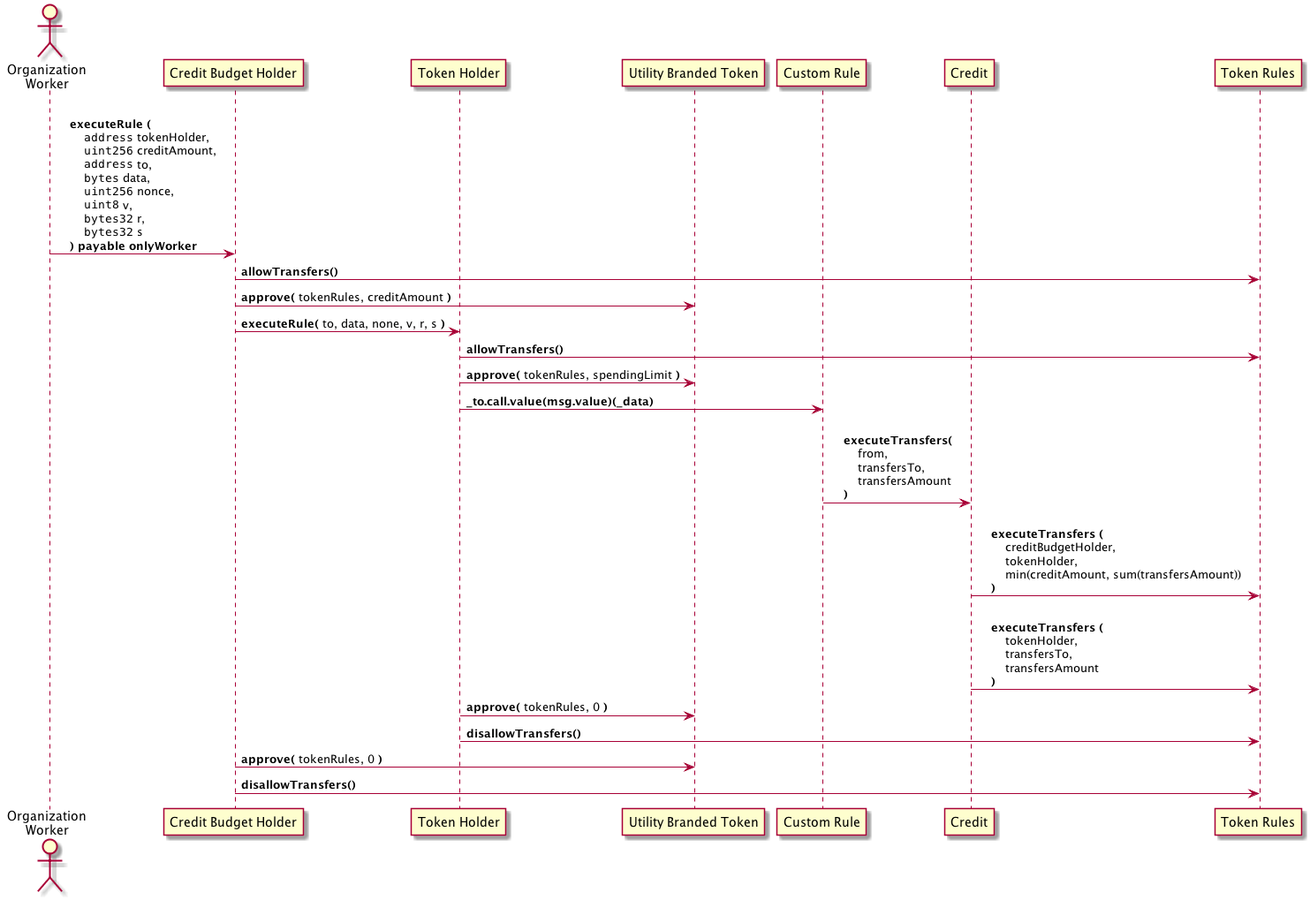
The PlantUML diagram OIPS/oip-draft-credit/credit-sequence-diagram.png in OpenST/OIPs, before a commit.
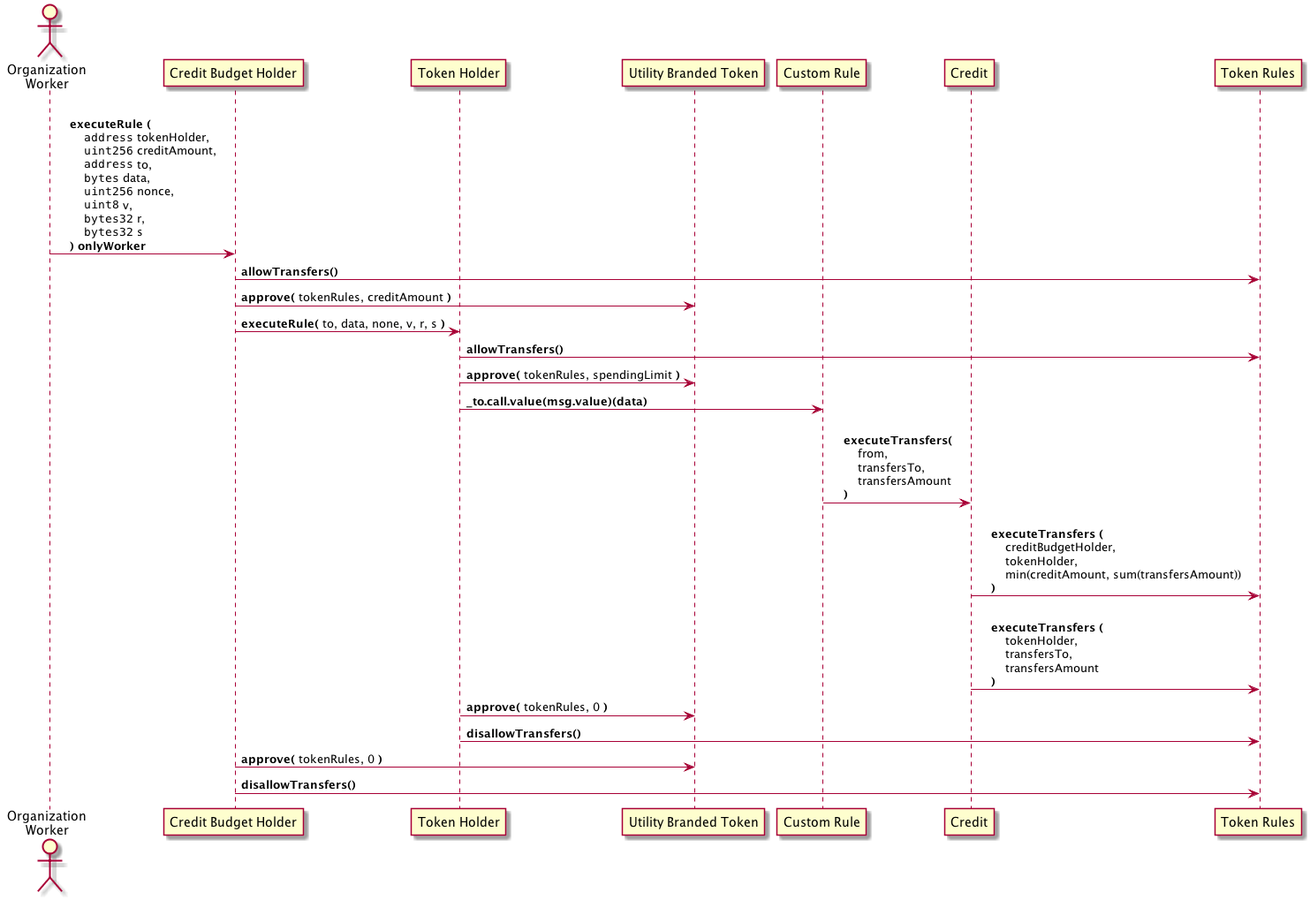
Above is the later version.

What changed in the source:
```diff
@@ -8,7 +8,7 @@
 participant credit as "Credit"
 participant token_rules as "Token Rules"
 
-org_worker->credit_budget_holder: \n    **executeRule (**\n        ""address"" tokenHolder, \n        ""uint256"" creditAmount, \n        ""address"" to, \n        ""bytes"" data, \n        ""uint256"" nonce, \n        ""uint8"" v, \n        ""bytes32"" r, \n        ""bytes32"" s \n    **)** **payable** **onlyWorker**
+org_worker->credit_budget_holder: \n    **executeRule (**\n        ""address"" tokenHolder, \n        ""uint256"" creditAmount, \n        ""address"" to, \n        ""bytes"" data, \n        ""uint256"" nonce, \n        ""uint8"" v, \n        ""bytes32"" r, \n        ""bytes32"" s \n    **)** **onlyWorker**
 
 credit_budget_holder->token_rules: **allowTransfers()**
 credit_budget_holder->ubt: **approve( **tokenRules, creditAmount **)**
@@ -18,7 +18,7 @@
 token_holder->token_rules: **allowTransfers()**
 token_holder->ubt: **approve(** tokenRules, spendingLimit **)**
 
-token_holder->custom_rule: **_to.call.value(msg.value)(_data)**
+token_holder->custom_rule: **_to.call.value(msg.value)(data)**
 
 custom_rule->credit: \n    **executeTransfers(** \n        from, \n        transfersTo, \n        transfersAmount \n    **)**
 
```
